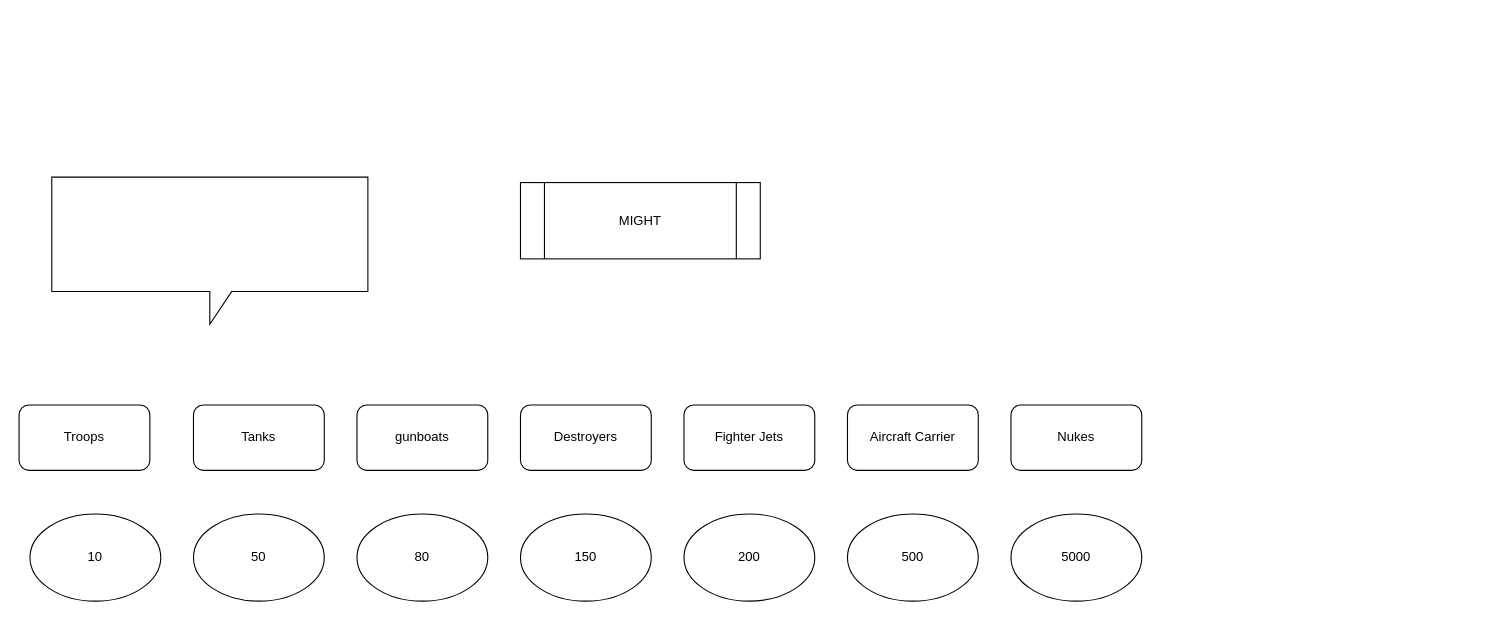
Earlier version of the draw.io diagram page "Weapons" (2 of 2) of assets/ArchitectureFlow.drawio (murchie85/gameOfWar). Source tidied: cells renumbered, new cells numbered last; positions are measured from the earlier drawing's top-left corner, leaving out a move shared by most shapes. Both pictures are drawn from the tidied source at 109%, with x=0, y=0 at pixel (19, 177).
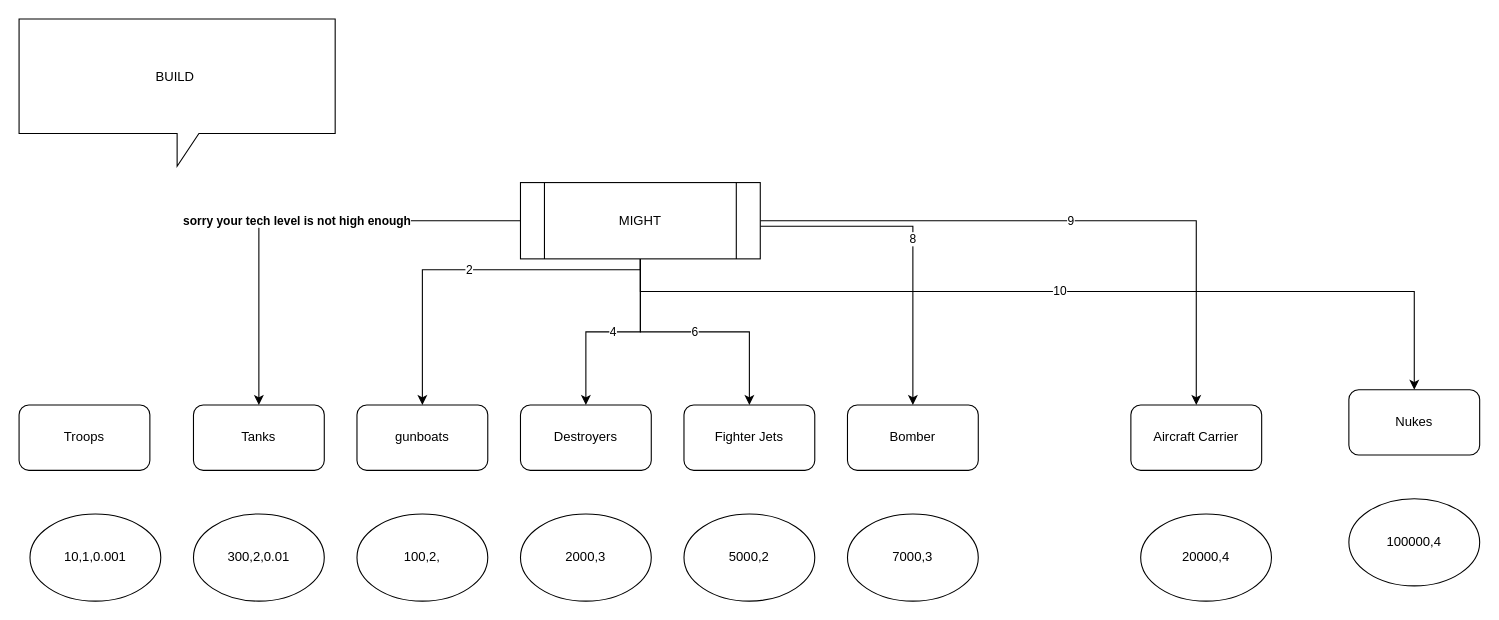
Above is the later version.

The change refers to these unchanged cells:
```xml
<mxCell id="3" value="Tanks" style="rounded=1;whiteSpace=wrap;html=1;" parent="1" vertex="1">
  <mxGeometry x="160" y="209" width="120" height="60" as="geometry" />
</mxCell>
<mxCell id="4" value="gunboats" style="rounded=1;whiteSpace=wrap;html=1;" parent="1" vertex="1">
  <mxGeometry x="310" y="209" width="120" height="60" as="geometry" />
</mxCell>
<mxCell id="5" value="Destroyers" style="rounded=1;whiteSpace=wrap;html=1;" parent="1" vertex="1">
  <mxGeometry x="460" y="209" width="120" height="60" as="geometry" />
</mxCell>
<mxCell id="6" value="Fighter Jets" style="rounded=1;whiteSpace=wrap;html=1;" parent="1" vertex="1">
  <mxGeometry x="610" y="209" width="120" height="60" as="geometry" />
</mxCell>
<mxCell id="16" value="MIGHT" style="shape=process;whiteSpace=wrap;html=1;backgroundOutline=1;" parent="1" vertex="1">
  <mxGeometry x="460" y="5" width="220" height="70" as="geometry" />
</mxCell>
```

The edit, as a diff of the source:
```diff
@@
     <mxCell id="7" value="Aircraft Carrier" style="rounded=1;whiteSpace=wrap;html=1;" parent="1" vertex="1">
-      <mxGeometry x="760" y="209" width="120" height="60" as="geometry" />
+      <mxGeometry x="1020" y="209" width="120" height="60" as="geometry" />
     </mxCell>
     <mxCell id="8" value="Nukes" style="rounded=1;whiteSpace=wrap;html=1;" parent="1" vertex="1">
-      <mxGeometry x="910" y="209" width="120" height="60" as="geometry" />
+      <mxGeometry x="1220" y="195" width="120" height="60" as="geometry" />
     </mxCell>
-    <mxCell id="9" value="10" style="ellipse;whiteSpace=wrap;html=1;" parent="1" vertex="1">
+    <mxCell id="9" value="10,1,0.001" style="ellipse;whiteSpace=wrap;html=1;" parent="1" vertex="1">
       <mxGeometry x="10" y="309" width="120" height="80" as="geometry" />
     </mxCell>
-    <mxCell id="10" value="50" style="ellipse;whiteSpace=wrap;html=1;" parent="1" vertex="1">
+    <mxCell id="10" value="300,2,0.01" style="ellipse;whiteSpace=wrap;html=1;" parent="1" vertex="1">
       <mxGeometry x="160" y="309" width="120" height="80" as="geometry" />
     </mxCell>
-    <mxCell id="11" value="80" style="ellipse;whiteSpace=wrap;html=1;" parent="1" vertex="1">
+    <mxCell id="11" value="100,2," style="ellipse;whiteSpace=wrap;html=1;" parent="1" vertex="1">
       <mxGeometry x="310" y="309" width="120" height="80" as="geometry" />
     </mxCell>
-    <mxCell id="12" value="150" style="ellipse;whiteSpace=wrap;html=1;" parent="1" vertex="1">
+    <mxCell id="12" value="2000,3" style="ellipse;whiteSpace=wrap;html=1;" parent="1" vertex="1">
       <mxGeometry x="460" y="309" width="120" height="80" as="geometry" />
     </mxCell>
-    <mxCell id="13" value="200" style="ellipse;whiteSpace=wrap;html=1;" parent="1" vertex="1">
+    <mxCell id="13" value="5000,2" style="ellipse;whiteSpace=wrap;html=1;" parent="1" vertex="1">
       <mxGeometry x="610" y="309" width="120" height="80" as="geometry" />
     </mxCell>
-    <mxCell id="14" value="500" style="ellipse;whiteSpace=wrap;html=1;" parent="1" vertex="1">
+    <mxCell id="14" value="7000,3" style="ellipse;whiteSpace=wrap;html=1;" parent="1" vertex="1">
       <mxGeometry x="760" y="309" width="120" height="80" as="geometry" />
     </mxCell>
-    <mxCell id="15" value="5000" style="ellipse;whiteSpace=wrap;html=1;" parent="1" vertex="1">
-      <mxGeometry x="910" y="309" width="120" height="80" as="geometry" />
+    <mxCell id="15" value="100000,4" style="ellipse;whiteSpace=wrap;html=1;" parent="1" vertex="1">
+      <mxGeometry x="1220" y="295" width="120" height="80" as="geometry" />
     </mxCell>
+    <mxCell id="18" value="&lt;b&gt;sorry your tech level is not high enough&lt;/b&gt;" style="edgeStyle=orthogonalEdgeStyle;rounded=0;jettySize=auto;html=1;entryX=0.5;entryY=0;entryDx=0;entryDy=0;" parent="1" edge="1" source="16" target="3">
+      <mxGeometry relative="1" as="geometry" />
+    </mxCell>
+    <mxCell id="19" value="2" style="edgeStyle=orthogonalEdgeStyle;rounded=0;jettySize=auto;html=1;" parent="1" edge="1" source="16" target="4">
+      <mxGeometry relative="1" as="geometry">
+        <Array as="points">
+          <mxPoint x="570" y="85" />
+          <mxPoint x="370" y="85" />
+        </Array>
+      </mxGeometry>
+    </mxCell>
+    <mxCell id="20" value="4" style="edgeStyle=orthogonalEdgeStyle;rounded=0;jettySize=auto;html=1;" parent="1" edge="1" source="16" target="5">
+      <mxGeometry relative="1" as="geometry" />
+    </mxCell>
+    <mxCell id="21" value="6" style="edgeStyle=orthogonalEdgeStyle;rounded=0;jettySize=auto;html=1;" parent="1" edge="1" source="16" target="6">
+      <mxGeometry relative="1" as="geometry" />
+    </mxCell>
+    <mxCell id="22" value="9" style="edgeStyle=orthogonalEdgeStyle;rounded=0;jettySize=auto;html=1;" parent="1" edge="1" source="16" target="7">
+      <mxGeometry relative="1" as="geometry">
+        <Array as="points">
+          <mxPoint x="570" y="40" />
+          <mxPoint x="1080" y="40" />
+        </Array>
+      </mxGeometry>
+    </mxCell>
+    <mxCell id="23" value="10" style="edgeStyle=orthogonalEdgeStyle;rounded=0;jettySize=auto;html=1;" parent="1" edge="1" source="16" target="8">
+      <mxGeometry relative="1" as="geometry">
+        <Array as="points">
+          <mxPoint x="570" y="105" />
+          <mxPoint x="1280" y="105" />
+        </Array>
+      </mxGeometry>
+    </mxCell>
+    <mxCell id="24" value="8" style="edgeStyle=orthogonalEdgeStyle;rounded=0;jettySize=auto;html=1;" parent="1" edge="1" source="16" target="25">
+      <mxGeometry relative="1" as="geometry">
+        <Array as="points">
+          <mxPoint x="820" y="45" />
+        </Array>
+      </mxGeometry>
+    </mxCell>
@@
-    <mxCell id="17" style="shape=callout;whiteSpace=wrap;html=1;perimeter=calloutPerimeter;" parent="1" vertex="1">
-      <mxGeometry x="30" width="290" height="135" as="geometry" />
+    <mxCell id="17" value="BUILD&amp;nbsp;&lt;br&gt;" style="shape=callout;whiteSpace=wrap;html=1;perimeter=calloutPerimeter;" parent="1" vertex="1">
+      <mxGeometry y="-145" width="290" height="135" as="geometry" />
     </mxCell>
+    <mxCell id="25" value="Bomber" style="rounded=1;whiteSpace=wrap;html=1;" parent="1" vertex="1">
+      <mxGeometry x="760" y="209" width="120" height="60" as="geometry" />
+    </mxCell>
+    <mxCell id="26" value="20000,4" style="ellipse;whiteSpace=wrap;html=1;" parent="1" vertex="1">
+      <mxGeometry x="1029" y="309" width="120" height="80" as="geometry" />
+    </mxCell>
```
